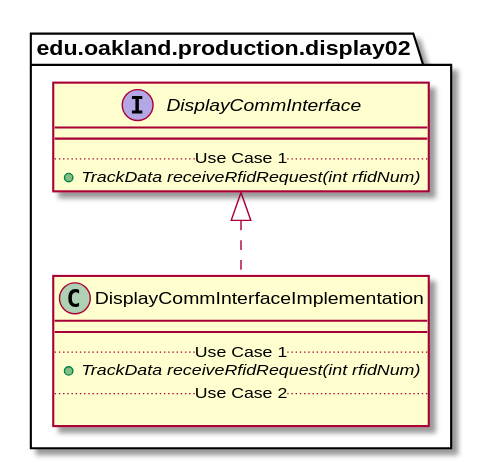
Before: docs/uml-class-diagrams/display02/production/DisplayCommInterfaceImplementation/DisplayCommInterfaceImplementation_DirectDependencies.svg, a diagram exported from PlantUML (andrewdimmer/csi-3370-software-project).
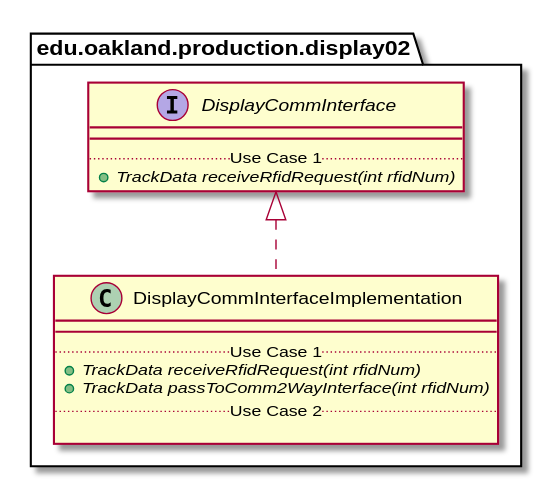
Above is the later version.

The edit, as a diff of the source:
```diff
@@ -6,6 +6,7 @@
         __
         .. Use Case 1 ..
         {abstract} + TrackData receiveRfidRequest(int rfidNum)
+        {abstract} + TrackData passToComm2WayInterface(int rfidNum)
         .. Use Case 2 ..
 
     }
```
